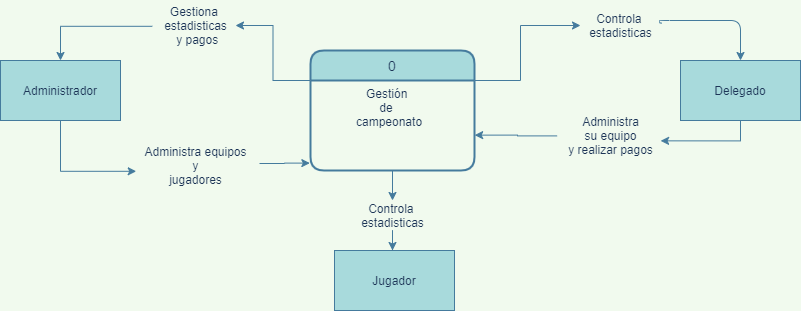
ferreyraGaston/CAMPEONATOS-DE-FUTBOL keeps this draw.io diagram as Imagenes/Diagrama contexto pp2.png. Above is the earlier version. Source tidied: cells renumbered, new cells last; positions are measured from the earlier drawing's top-left corner, leaving out a move shared by most shapes.
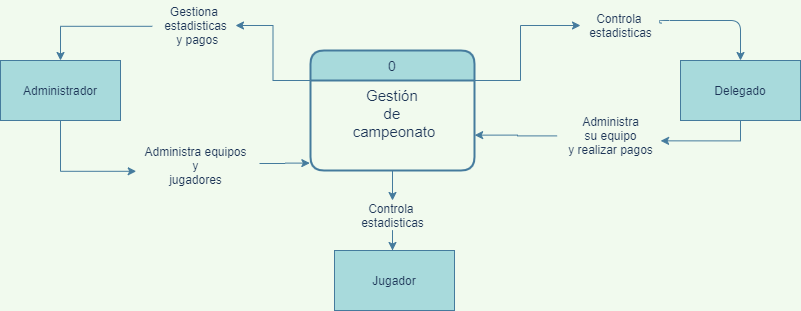
Above is the later version.

Commit message:
Se vuelve a subir archivo de contexto

What changed in the source:
```diff
@@ -25,7 +25,7 @@
     <mxCell id="8" value="0" style="swimlane;horizontal=1;startSize=30;rounded=1;fontSize=14;fontStyle=0;strokeWidth=2;shadow=0;dashed=0;align=center;fillColor=#A8DADC;strokeColor=#457B9D;fontColor=#1D3557;" parent="1" vertex="1">
       <mxGeometry x="310" y="50" width="164" height="120" as="geometry" />
     </mxCell>
-    <mxCell id="9" value="               Gestión&#10;                   de &#10;            campeonato" style="align=left;strokeColor=none;fillColor=none;spacingLeft=4;fontSize=12;verticalAlign=top;fontColor=#1D3557;" parent="8" vertex="1">
+    <mxCell id="9" value="Gestión &#10;de &#10;campeonato" style="align=center;strokeColor=none;fillColor=none;spacingLeft=4;fontSize=15;verticalAlign=top;fontColor=#1D3557;" parent="8" vertex="1">
       <mxGeometry y="30" width="164" height="90" as="geometry" />
     </mxCell>
     <mxCell id="10" style="edgeStyle=orthogonalEdgeStyle;rounded=0;jettySize=auto;html=1;labelBackgroundColor=#F1FAEE;strokeColor=#457B9D;fontColor=#1D3557;" parent="1" edge="1" source="20">
```
